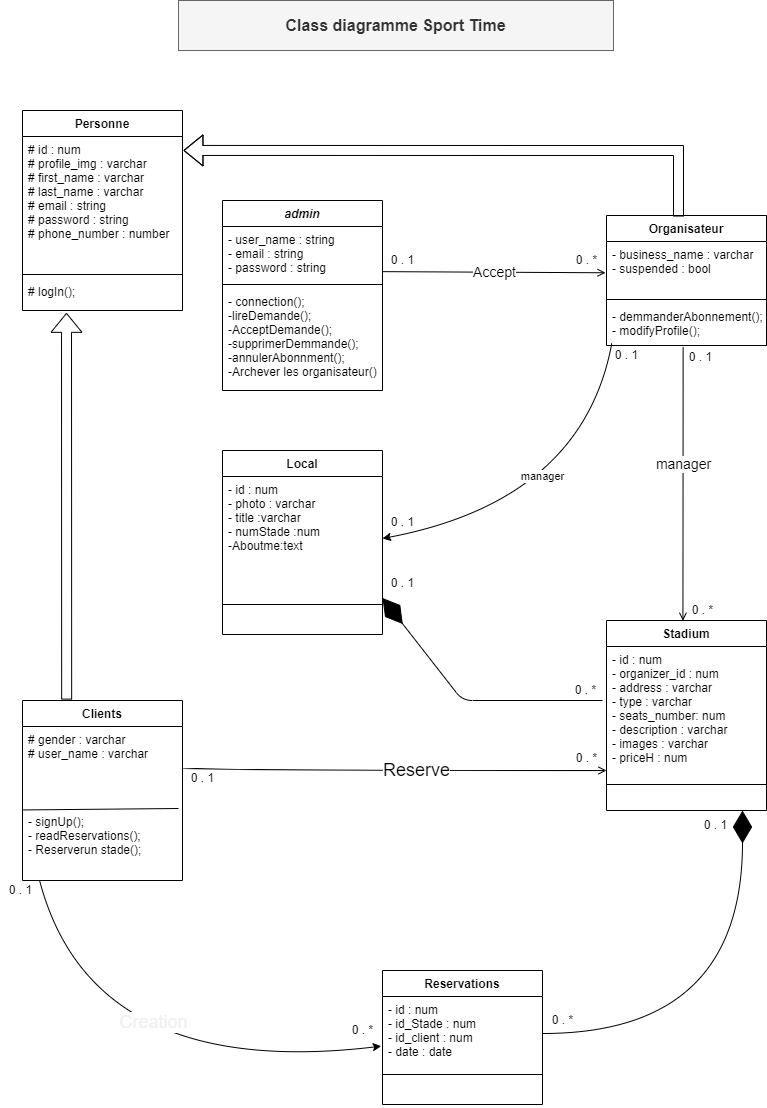
The draw.io diagram CDC & Consiption/diagramme_Class/Class.png in StailiAbdessalam/file-roue-sport-time-, before a commit. Source tidied: cells renumbered, new cells last; positions are measured from the earlier drawing's top-left corner, leaving out a move shared by most shapes.
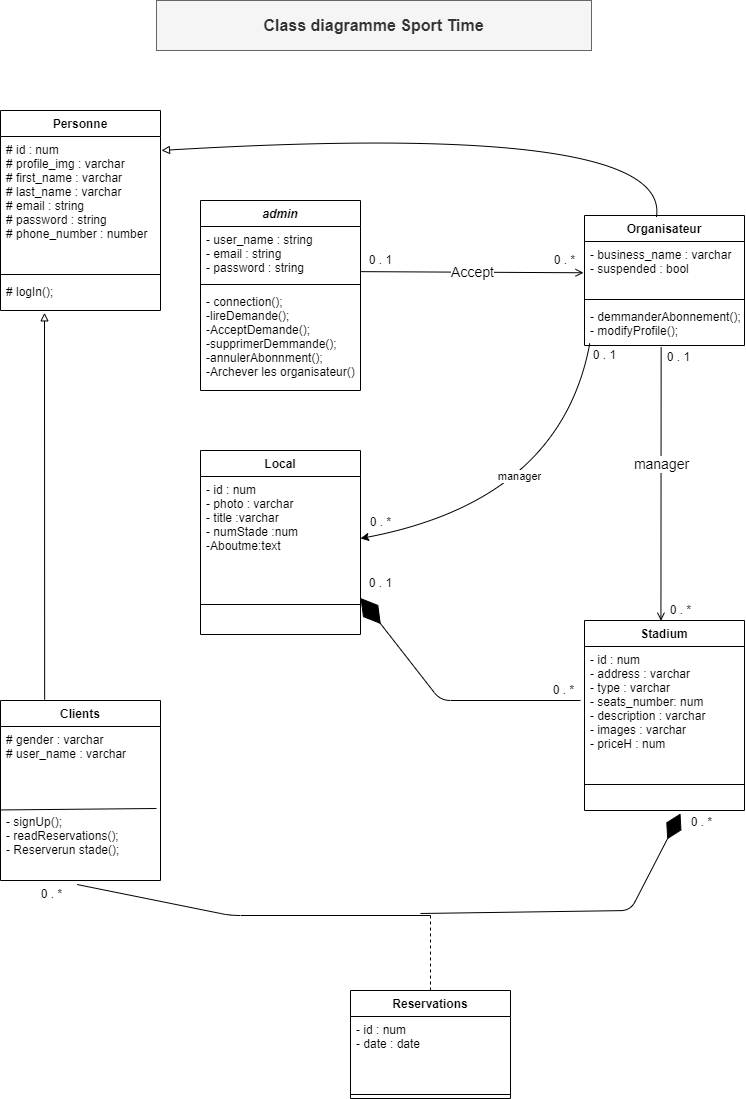
Above is the later version.

Diff of the diagram source:
```diff
@@ -31,10 +31,19 @@
     <mxCell id="10" value="- signUp();&#10;- readReservations();&#10;- Reserverun stade();&#10;" style="text;align=left;verticalAlign=top;spacingLeft=4;spacingRight=4;overflow=hidden;points=[[0,0.5],[1,0.5]];portConstraint=eastwest;rounded=0;" parent="7" vertex="1">
       <mxGeometry y="108" width="160" height="72" as="geometry" />
     </mxCell>
+    <mxCell id="55" style="edgeStyle=none;html=1;endArrow=none;endFill=0;startArrow=diamondThin;startFill=1;endSize=22;startSize=26;" parent="1" edge="1">
+      <mxGeometry relative="1" as="geometry">
+        <mxPoint x="702" y="813" as="sourcePoint" />
+        <mxPoint x="442" y="913" as="targetPoint" />
+        <Array as="points">
+          <mxPoint x="652" y="910" />
+        </Array>
+      </mxGeometry>
+    </mxCell>
     <mxCell id="11" value="Stadium" style="swimlane;fontStyle=1;align=center;verticalAlign=top;horizontal=1;startSize=26;rounded=0;shadow=0;strokeWidth=1;" parent="1" vertex="1">
       <mxGeometry x="606" y="620" width="160" height="190" as="geometry" />
     </mxCell>
-    <mxCell id="12" value="- id : num&#10;- organizer_id : num&#10;- address : varchar&#10;- type : varchar&#10;- seats_number: num&#10;- description : varchar&#10;- images : varchar&#10;- priceH : num" style="text;align=left;verticalAlign=top;spacingLeft=4;spacingRight=4;overflow=hidden;rounded=0;shadow=0;html=0;" parent="11" vertex="1">
+    <mxCell id="12" value="- id : num&#10;- address : varchar&#10;- type : varchar&#10;- seats_number: num&#10;- description : varchar&#10;- images : varchar&#10;- priceH : num" style="text;align=left;verticalAlign=top;spacingLeft=4;spacingRight=4;overflow=hidden;rounded=0;shadow=0;html=0;" parent="11" vertex="1">
       <mxGeometry y="26" width="160" height="134" as="geometry" />
     </mxCell>
     <mxCell id="13" style="line;html=1;strokeWidth=1;align=left;verticalAlign=middle;spacingTop=-1;spacingLeft=3;spacingRight=3;labelPosition=right;rounded=0;" parent="11" vertex="1">
@@ -60,40 +69,28 @@
     <mxCell id="19" value="0 . 1" style="text;html=1;align=center;verticalAlign=middle;strokeColor=none;fillColor=none;rounded=0;" parent="1" vertex="1">
       <mxGeometry x="680" y="347" width="40" height="20" as="geometry" />
     </mxCell>
+    <mxCell id="54" style="edgeStyle=none;html=1;dashed=1;endArrow=none;endFill=0;exitX=0.5;exitY=0;exitDx=0;exitDy=0;" parent="1" edge="1" source="20">
+      <mxGeometry relative="1" as="geometry">
+        <mxPoint x="452" y="913" as="targetPoint" />
+      </mxGeometry>
+    </mxCell>
     <mxCell id="20" value="Reservations" style="swimlane;fontStyle=1;align=center;verticalAlign=top;horizontal=1;startSize=26;rounded=0;arcSize=29;" parent="1" vertex="1">
-      <mxGeometry x="382" y="970" width="160" height="134" as="geometry" />
+      <mxGeometry x="372" y="990" width="160" height="108" as="geometry" />
     </mxCell>
-    <mxCell id="21" value="- id : num&#10;- id_Stade : num&#10;- id_client : num&#10;- date : date" style="text;strokeColor=none;fillColor=none;align=left;verticalAlign=top;spacingLeft=4;spacingRight=4;overflow=hidden;points=[[0,0.5],[1,0.5]];portConstraint=eastwest;rounded=0;" parent="20" vertex="1">
+    <mxCell id="21" value="- id : num&#10;- date : date" style="text;strokeColor=none;fillColor=none;align=left;verticalAlign=top;spacingLeft=4;spacingRight=4;overflow=hidden;points=[[0,0.5],[1,0.5]];portConstraint=eastwest;rounded=0;" parent="20" vertex="1">
       <mxGeometry y="26" width="160" height="74" as="geometry" />
     </mxCell>
     <mxCell id="22" style="line;strokeWidth=1;fillColor=none;align=left;verticalAlign=middle;spacingTop=-1;spacingLeft=3;spacingRight=3;labelPosition=right;rounded=0;" parent="20" vertex="1">
       <mxGeometry y="100" width="160" height="8" as="geometry" />
     </mxCell>
-    <mxCell id="23" value="  " style="text;strokeColor=none;fillColor=none;align=left;verticalAlign=top;spacingLeft=4;spacingRight=4;overflow=hidden;rounded=0;" parent="20" vertex="1">
-      <mxGeometry y="108" width="160" height="26" as="geometry" />
-    </mxCell>
-    <mxCell id="24" value="&lt;font style=&quot;font-size: 18px&quot;&gt;Reserve&lt;/font&gt;" style="edgeStyle=orthogonalEdgeStyle;rounded=0;jettySize=auto;html=1;endArrow=open;endFill=0;exitX=1;exitY=0.5;exitDx=0;exitDy=0;curved=1;" parent="1" edge="1" source="8">
-      <mxGeometry x="0.11" relative="1" as="geometry">
-        <mxPoint x="606" y="770" as="targetPoint" />
-        <Array as="points">
-          <mxPoint x="182" y="770" />
-        </Array>
-      </mxGeometry>
-    </mxCell>
-    <mxCell id="25" value="0 . *" style="text;html=1;align=center;verticalAlign=middle;strokeColor=none;fillColor=none;rounded=0;" parent="1" vertex="1">
-      <mxGeometry x="566" y="748" width="40" height="20" as="geometry" />
-    </mxCell>
-    <mxCell id="26" value="0 . 1" style="text;html=1;align=center;verticalAlign=middle;strokeColor=none;fillColor=none;rounded=0;" parent="1" vertex="1">
+    <mxCell id="26" value="0 . *" style="text;html=1;align=center;verticalAlign=middle;strokeColor=none;fillColor=none;rounded=0;" parent="1" vertex="1">
       <mxGeometry x="382" y="512" width="40" height="20" as="geometry" />
     </mxCell>
     <mxCell id="27" value="&lt;font style=&quot;font-size: 16px&quot;&gt;&lt;b&gt;Class diagramme Sport Time&lt;/b&gt;&lt;/font&gt;" style="text;html=1;strokeColor=#666666;fillColor=#f5f5f5;align=center;verticalAlign=middle;whiteSpace=wrap;rounded=0;fontColor=#333333;fillStyle=auto;" parent="1" vertex="1">
       <mxGeometry x="178" width="435" height="50" as="geometry" />
     </mxCell>
-    <mxCell id="28" value="0 . 1" style="text;html=1;align=center;verticalAlign=middle;strokeColor=none;fillColor=none;rounded=0;" parent="1" vertex="1">
-      <mxGeometry x="182" y="768" width="40" height="20" as="geometry" />
-    </mxCell>
-    <mxCell id="29" value="0 . 1" style="text;html=1;align=center;verticalAlign=middle;points=[];strokeColor=none;fillColor=none;rounded=0;" parent="1" vertex="1">
-      <mxGeometry y="880" width="40" height="20" as="geometry" />
+    <mxCell id="29" value="0 . *" style="text;html=1;align=center;verticalAlign=middle;points=[];strokeColor=none;fillColor=none;rounded=0;" parent="1" vertex="1">
+      <mxGeometry x="53" y="884" width="40" height="20" as="geometry" />
     </mxCell>
     <mxCell id="30" value="Personne" style="swimlane;fontStyle=1;align=center;verticalAlign=top;horizontal=1;startSize=26;rounded=0;shadow=0;strokeWidth=1;" parent="1" vertex="1">
       <mxGeometry x="22" y="110" width="160" height="200" as="geometry" />
@@ -113,13 +110,13 @@
     <mxCell id="35" value="0 . 1" style="text;html=1;align=center;verticalAlign=middle;strokeColor=none;fillColor=none;rounded=0;" parent="1" vertex="1">
       <mxGeometry x="382" y="250" width="40" height="20" as="geometry" />
     </mxCell>
-    <mxCell id="36" style="html=1;fontSize=14;endArrow=block;endFill=0;exitX=0.276;exitY=-0.005;exitDx=0;exitDy=0;exitPerimeter=0;entryX=0.275;entryY=1.073;entryDx=0;entryDy=0;entryPerimeter=0;shape=flexArrow;rounded=0;curved=1;" parent="1" edge="1" source="7" target="33">
+    <mxCell id="36" style="html=1;fontSize=14;endArrow=block;endFill=0;exitX=0.276;exitY=-0.005;exitDx=0;exitDy=0;exitPerimeter=0;entryX=0.275;entryY=1.073;entryDx=0;entryDy=0;entryPerimeter=0;rounded=0;curved=1;" parent="1" edge="1" source="7" target="33">
       <mxGeometry relative="1" as="geometry" />
     </mxCell>
-    <mxCell id="37" style="html=1;fontSize=14;endArrow=block;endFill=0;exitX=0.45;exitY=0.008;exitDx=0;exitDy=0;exitPerimeter=0;entryX=1.006;entryY=0.104;entryDx=0;entryDy=0;entryPerimeter=0;shape=flexArrow;rounded=0;curved=1;" parent="1" edge="1" source="15" target="31">
+    <mxCell id="37" style="html=1;fontSize=14;endArrow=block;endFill=0;exitX=0.45;exitY=0.008;exitDx=0;exitDy=0;exitPerimeter=0;entryX=1.006;entryY=0.104;entryDx=0;entryDy=0;entryPerimeter=0;rounded=0;curved=1;" parent="1" edge="1" source="15" target="31">
       <mxGeometry relative="1" as="geometry">
         <Array as="points">
-          <mxPoint x="678" y="150" />
+          <mxPoint x="692" y="120" />
         </Array>
       </mxGeometry>
     </mxCell>
@@ -151,26 +148,6 @@
     <mxCell id="45" value="manager" style="edgeLabel;html=1;align=center;verticalAlign=middle;" parent="44" vertex="1">
       <mxGeometry x="0.08" y="-32" relative="1" as="geometry" />
     </mxCell>
-    <mxCell id="46" style="edgeStyle=none;rounded=0;html=1;entryX=-0.008;entryY=0.671;entryDx=0;entryDy=0;entryPerimeter=0;fontColor=#000000;exitX=0.108;exitY=1.01;exitDx=0;exitDy=0;exitPerimeter=0;curved=1;" parent="1" edge="1" source="10" target="21">
-      <mxGeometry relative="1" as="geometry">
-        <Array as="points">
-          <mxPoint x="92" y="1080" />
-        </Array>
-      </mxGeometry>
-    </mxCell>
-    <mxCell id="47" value="&lt;span style=&quot;color: rgb(240 , 240 , 240)&quot;&gt;&lt;font style=&quot;font-size: 18px&quot;&gt;Creation&lt;/font&gt;&lt;/span&gt;" style="edgeLabel;html=1;align=center;verticalAlign=middle;fontColor=#000000;rounded=0;" parent="46" vertex="1">
-      <mxGeometry x="0.02" y="32" relative="1" as="geometry">
-        <mxPoint x="17" y="-21" as="offset" />
-      </mxGeometry>
-    </mxCell>
-    <mxCell id="48" style="edgeStyle=orthogonalEdgeStyle;html=1;fontSize=14;endArrow=diamondThin;endFill=1;exitX=1;exitY=0.5;exitDx=0;exitDy=0;rounded=0;curved=1;endSize=30;startSize=13;targetPerimeterSpacing=5;" parent="1" edge="1" source="21">
-      <mxGeometry relative="1" as="geometry">
-        <mxPoint x="742" y="810" as="targetPoint" />
-        <Array as="points">
-          <mxPoint x="742" y="1033" />
-        </Array>
-      </mxGeometry>
-    </mxCell>
     <mxCell id="49" style="edgeStyle=none;html=1;entryX=0;entryY=1.226;entryDx=0;entryDy=0;entryPerimeter=0;endArrow=diamondThin;endFill=1;endSize=30;" parent="1" edge="1" target="51">
       <mxGeometry relative="1" as="geometry">
         <mxPoint x="602" y="700" as="sourcePoint" />
@@ -185,14 +162,16 @@
     <mxCell id="51" value="0 . 1" style="text;html=1;align=center;verticalAlign=middle;points=[];strokeColor=none;fillColor=none;rounded=0;" parent="1" vertex="1">
       <mxGeometry x="382" y="573" width="40" height="20" as="geometry" />
     </mxCell>
-    <mxCell id="52" value="0 . *" style="text;html=1;align=center;verticalAlign=middle;strokeColor=none;fillColor=none;rounded=0;" parent="1" vertex="1">
-      <mxGeometry x="542" y="1010" width="40" height="20" as="geometry" />
-    </mxCell>
-    <mxCell id="53" value="0 . 1" style="text;html=1;align=center;verticalAlign=middle;strokeColor=none;fillColor=none;rounded=0;rotation=0;" parent="1" vertex="1">
-      <mxGeometry x="695" y="815" width="40" height="20" as="geometry" />
+    <mxCell id="53" value="0 . *" style="text;html=1;align=center;verticalAlign=middle;strokeColor=none;fillColor=none;rounded=0;rotation=0;" parent="1" vertex="1">
+      <mxGeometry x="703" y="812" width="40" height="20" as="geometry" />
     </mxCell>
-    <mxCell id="54" value="0 . *" style="text;html=1;align=center;verticalAlign=middle;strokeColor=none;fillColor=none;rounded=0;" parent="1" vertex="1">
-      <mxGeometry x="342" y="1020" width="40" height="20" as="geometry" />
-    </mxCell>
+    <mxCell id="56" style="edgeStyle=none;html=1;endArrow=none;endFill=0;startArrow=none;startFill=0;exitX=1.142;exitY=0.002;exitDx=0;exitDy=0;exitPerimeter=0;" parent="1" edge="1" source="29">
+      <mxGeometry relative="1" as="geometry">
+        <mxPoint x="452" y="915" as="targetPoint" />
+        <Array as="points">
+          <mxPoint x="252" y="915" />
+        </Array>
+      </mxGeometry>
+    </mxCell>
   </root>
 </mxGraphModel>
```
